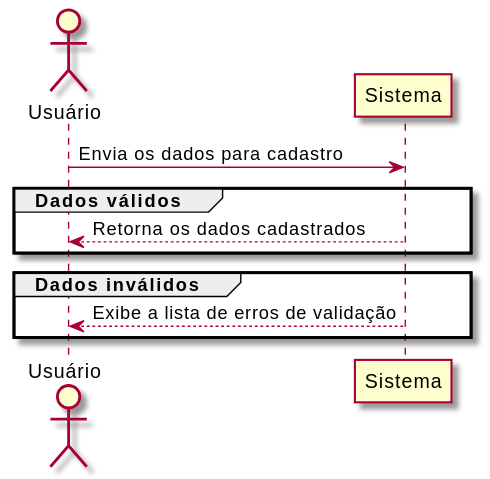
Earlier version of the PlantUML export out/casos-de-uso/USU01/USU01.svg (CleysonPH/desafio-gastos-pessoais).
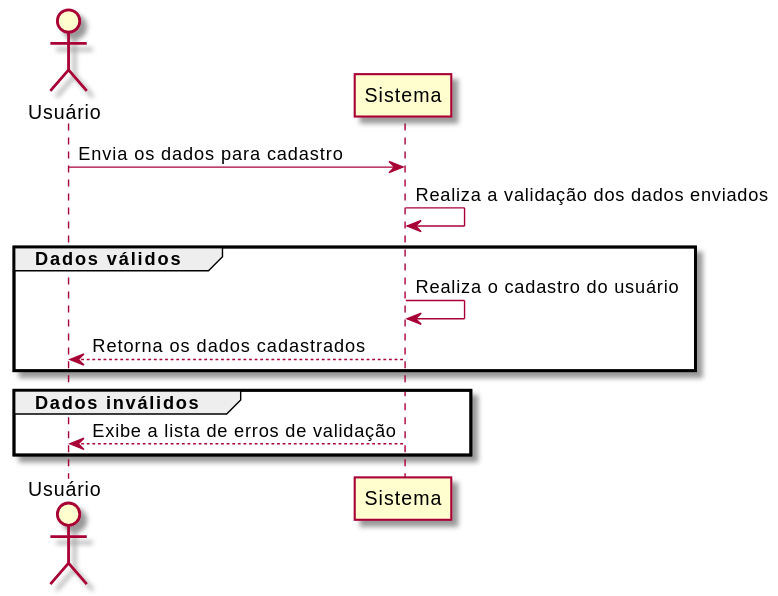
The same file after the commit.

Change to the diagram source:
```diff
@@ -5,7 +5,10 @@
 
 Usuário -> Sistema: Envia os dados para cadastro
 
+Sistema -> Sistema: Realiza a validação dos dados enviados
+
 group Dados válidos
+  Sistema -> Sistema: Realiza o cadastro do usuário
   Sistema --> Usuário: Retorna os dados cadastrados
 end
 
```
